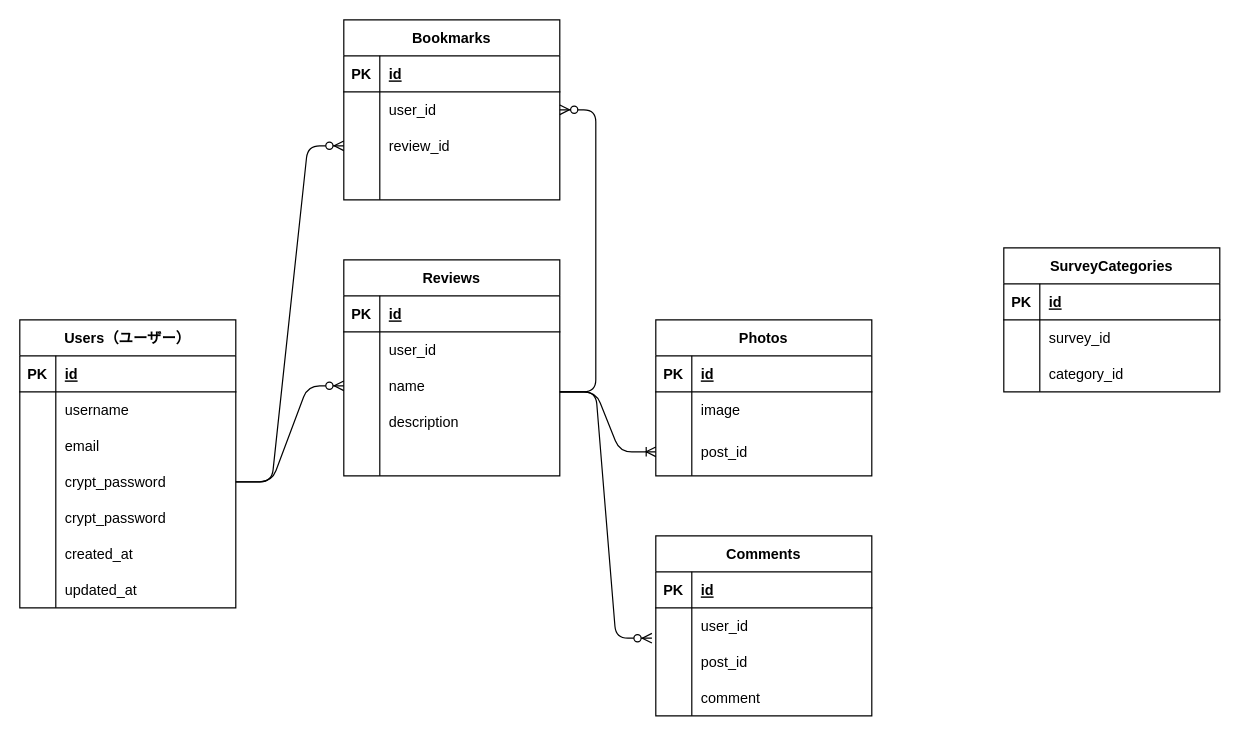
Before: er.dio in SekineWataru/chamap, a draw.io diagram. Source tidied: cells renumbered, new cells numbered last; positions are measured from the earlier drawing's top-left corner, leaving out a move shared by most shapes. Both pictures are drawn from the tidied source at 120%, with x=0, y=0 at pixel (19, 19).
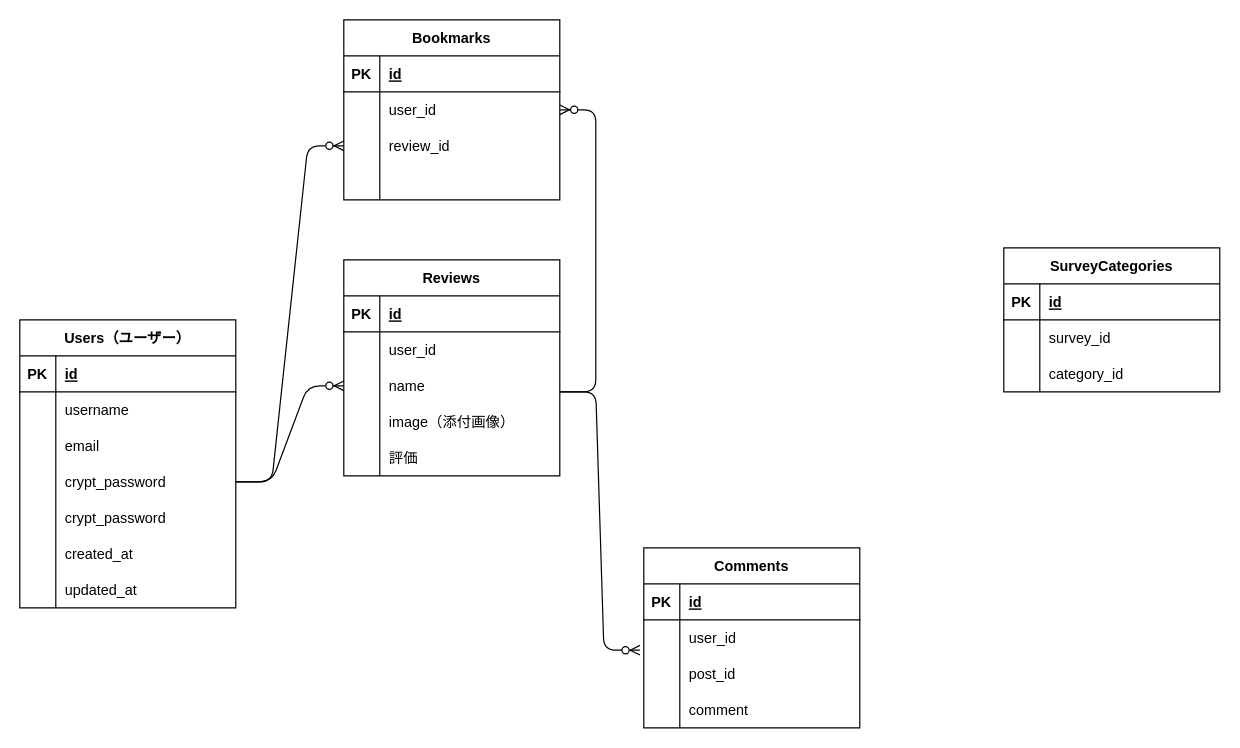
Above is the later version.

Commit message (it also covers changes not shown here):
画面遷移図を作成いたしました。ご確認のほど、宜しくお願いいたします。

The change refers to these unchanged cells:
```xml
<mxCell id="57" style="shape=tableRow;horizontal=0;startSize=0;swimlaneHead=0;swimlaneBody=0;fillColor=none;top=0;left=0;right=0;bottom=0;" parent="47" vertex="1">
  <mxGeometry y="120" width="180" height="30" as="geometry" />
</mxCell>
<mxCell id="60" style="shape=tableRow;horizontal=0;startSize=0;swimlaneHead=0;swimlaneBody=0;fillColor=none;top=0;left=0;right=0;bottom=0;" parent="47" vertex="1">
  <mxGeometry y="150" width="180" height="30" as="geometry" />
</mxCell>
```

The edit, as a diff of the source:
```diff
@@
-    <mxCell id="24" value="Photos" style="shape=table;startSize=30;childLayout=tableLayout;rowLines=0;fontStyle=1;align=center;" parent="1" vertex="1">
-      <mxGeometry x="530" y="250" width="180" height="130" as="geometry" />
-    </mxCell>
-    <mxCell id="25" style="shape=tableRow;horizontal=0;startSize=0;swimlaneHead=0;swimlaneBody=0;fillColor=none;top=0;left=0;right=0;bottom=1;" parent="24" vertex="1">
-      <mxGeometry y="30" width="180" height="30" as="geometry" />
-    </mxCell>
-    <mxCell id="26" value="PK" style="shape=partialRectangle;fillColor=none;top=0;left=0;bottom=0;right=0;fontStyle=1;overflow=hidden;" parent="25" vertex="1">
-      <mxGeometry width="30" height="30" as="geometry" />
-    </mxCell>
-    <mxCell id="27" value="id" style="shape=partialRectangle;fillColor=none;top=0;left=0;bottom=0;right=0;align=left;spacingLeft=6;fontStyle=5;overflow=hidden;" parent="25" vertex="1">
-      <mxGeometry x="30" width="150" height="30" as="geometry" />
-    </mxCell>
-    <mxCell id="28" style="shape=tableRow;horizontal=0;startSize=0;swimlaneHead=0;swimlaneBody=0;fillColor=none;top=0;left=0;right=0;bottom=0;" parent="24" vertex="1">
-      <mxGeometry y="60" width="180" height="30" as="geometry" />
-    </mxCell>
-    <mxCell id="29" style="shape=partialRectangle;fillColor=none;top=0;left=0;bottom=0;right=0;overflow=hidden;" parent="28" vertex="1">
-      <mxGeometry width="30" height="30" as="geometry" />
-    </mxCell>
-    <mxCell id="30" value="image" style="shape=partialRectangle;fillColor=none;top=0;left=0;bottom=0;right=0;align=left;spacingLeft=6;overflow=hidden;" parent="28" vertex="1">
-      <mxGeometry x="30" width="150" height="30" as="geometry" />
-    </mxCell>
-    <mxCell id="31" style="shape=tableRow;horizontal=0;startSize=0;swimlaneHead=0;swimlaneBody=0;fillColor=none;points=[[0,0.5],[1,0.5]];portConstraint=eastwest;top=0;left=0;right=0;bottom=0;" parent="24" vertex="1">
-      <mxGeometry y="90" width="180" height="40" as="geometry" />
-    </mxCell>
-    <mxCell id="32" style="shape=partialRectangle;fillColor=none;top=0;left=0;bottom=0;right=0;overflow=hidden;" parent="31" vertex="1">
-      <mxGeometry width="30" height="40" as="geometry" />
-    </mxCell>
-    <mxCell id="33" value="post_id" style="shape=partialRectangle;fillColor=none;top=0;left=0;bottom=0;right=0;align=left;spacingLeft=6;overflow=hidden;" parent="31" vertex="1">
-      <mxGeometry x="30" width="150" height="40" as="geometry" />
-    </mxCell>
     <mxCell id="34" value="Comments" style="shape=table;startSize=30;childLayout=tableLayout;rowLines=0;fontStyle=1;align=center;" parent="1" vertex="1">
-      <mxGeometry x="530" y="430" width="180" height="150" as="geometry" />
+      <mxGeometry x="520" y="440" width="180" height="150" as="geometry" />
     </mxCell>
@@
-    <mxCell id="59" value="description" style="shape=partialRectangle;fillColor=none;top=0;left=0;bottom=0;right=0;align=left;spacingLeft=6;overflow=hidden;" parent="57" vertex="1">
+    <mxCell id="59" value="image（添付画像）" style="shape=partialRectangle;fillColor=none;top=0;left=0;bottom=0;right=0;align=left;spacingLeft=6;overflow=hidden;" parent="57" vertex="1">
       <mxGeometry x="30" width="150" height="30" as="geometry" />
     </mxCell>
@@
-    <mxCell id="62" style="shape=partialRectangle;fillColor=none;top=0;left=0;bottom=0;right=0;align=left;spacingLeft=6;overflow=hidden;" parent="60" vertex="1">
+    <mxCell id="62" value="評価" style="shape=partialRectangle;fillColor=none;top=0;left=0;bottom=0;right=0;align=left;spacingLeft=6;overflow=hidden;" parent="60" vertex="1">
       <mxGeometry x="30" width="150" height="30" as="geometry" />
     </mxCell>
@@
-    <mxCell id="78" style="edgeStyle=entityRelationEdgeStyle;fontSize=12;html=1;endArrow=ERoneToMany;entryX=0;entryY=0.5;entryDx=0;entryDy=0;" parent="1" edge="1" target="31">
-      <mxGeometry relative="1" as="geometry">
-        <mxPoint x="450" y="310" as="sourcePoint" />
-      </mxGeometry>
-    </mxCell>
```
